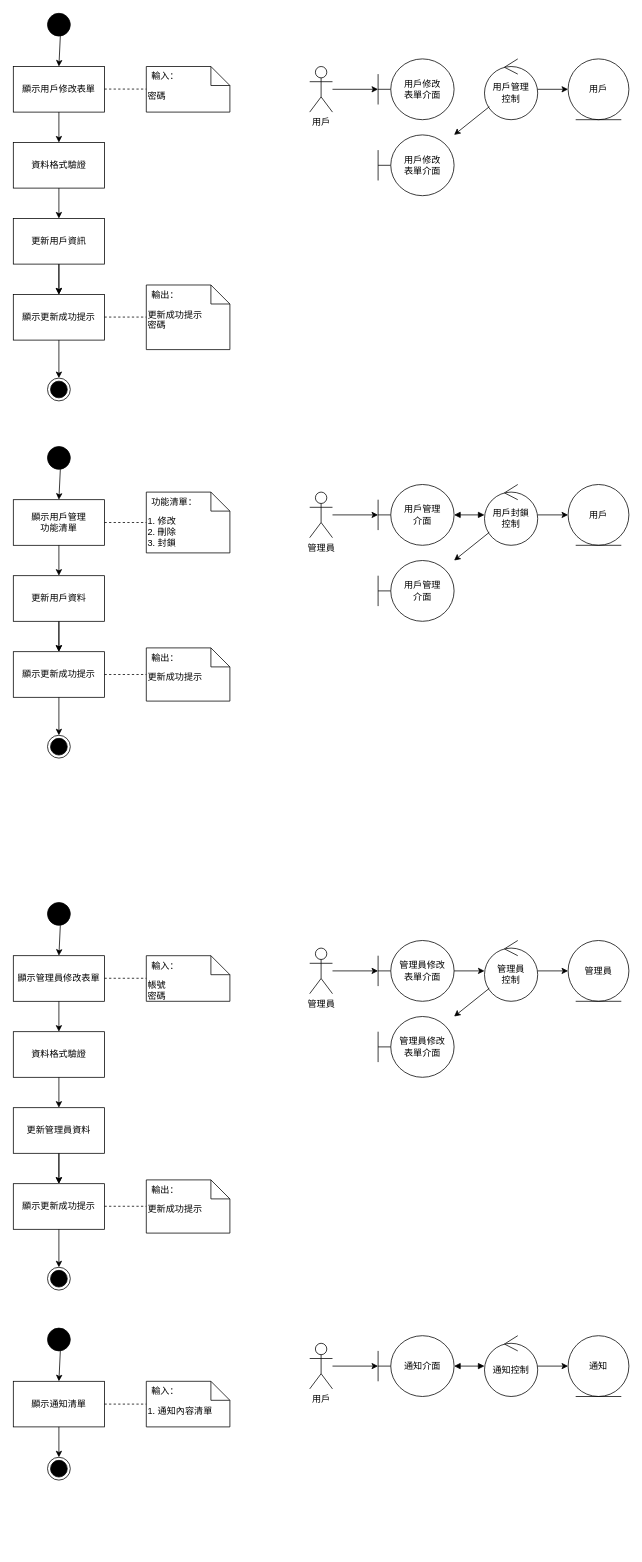
Earlier version of the draw.io diagram SA_final.drawio (Miinteaa/Miinteaa). Source tidied: cells renumbered, new cells numbered last; positions are measured from the earlier drawing's top-left corner, leaving out a move shared by most shapes. Both pictures are drawn from the tidied source at 76%, with x=0, y=0 at pixel (13, 13).
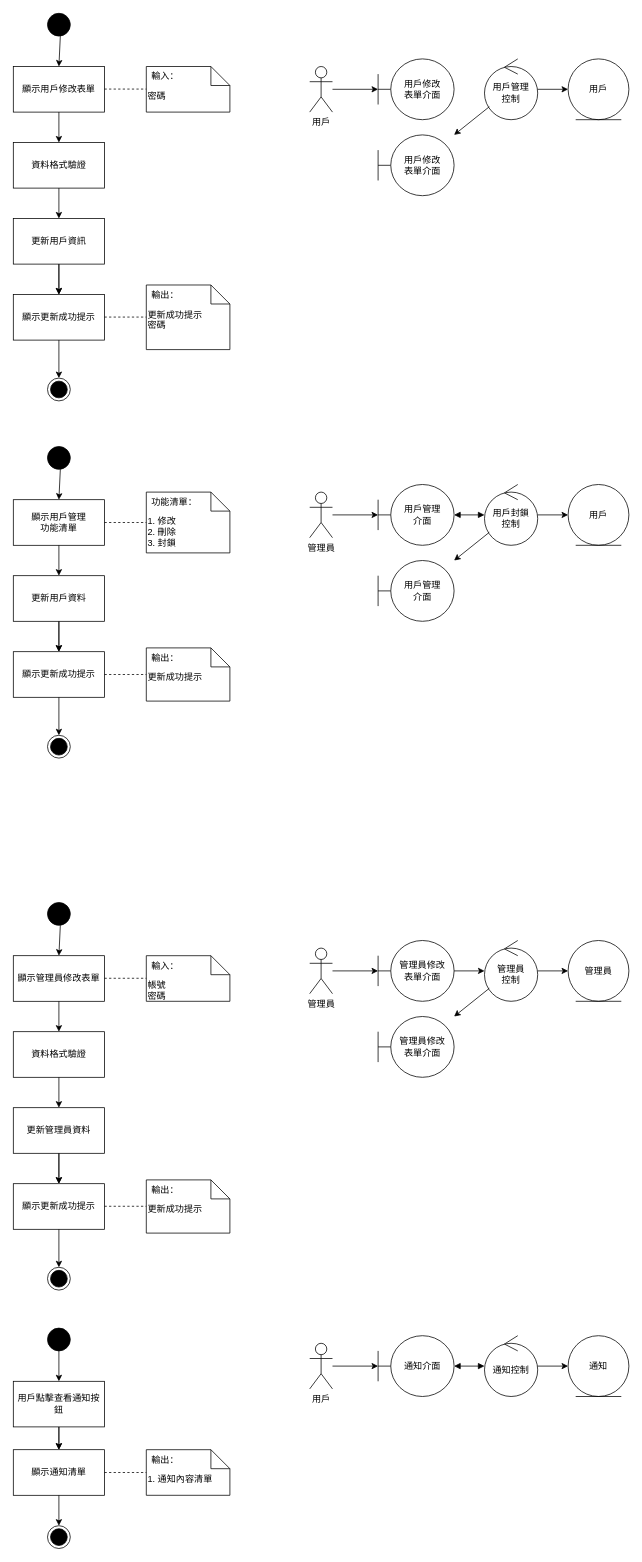
Above is the later version.

Unchanged cells that the change refers to:
```xml
<mxCell id="48" style="ellipse;fillColor=strokeColor;html=1;" parent="1" vertex="1">
  <mxGeometry x="45" y="1730" width="30" height="30" as="geometry" />
</mxCell>
```

The edit, as a diff of the source:
```diff
@@
-    <mxCell id="49" style="endArrow=classic;html=1;rounded=0;" parent="1" edge="1" source="48" target="50">
-      <mxGeometry relative="1" as="geometry" />
+    <mxCell id="49" style="endArrow=classic;html=1;rounded=0;" parent="1" edge="1" target="50">
+      <mxGeometry relative="1" as="geometry">
+        <mxPoint x="60" y="1850" as="sourcePoint" />
+      </mxGeometry>
     </mxCell>
     <mxCell id="50" value="顯示通知清單" style="rounded=0;whiteSpace=wrap;html=1;" parent="1" vertex="1">
-      <mxGeometry y="1800" width="120" height="60" as="geometry" />
+      <mxGeometry y="1890" width="120" height="60" as="geometry" />
     </mxCell>
     <mxCell id="51" style="endArrow=classic;html=1;rounded=0;" parent="1" edge="1" source="50">
       <mxGeometry relative="1" as="geometry">
-        <mxPoint x="60" y="1900" as="targetPoint" />
+        <mxPoint x="60" y="1990" as="targetPoint" />
       </mxGeometry>
     </mxCell>
     <mxCell id="52" style="ellipse;html=1;shape=endState;fillColor=strokeColor;" parent="1" vertex="1">
-      <mxGeometry x="45" y="1900" width="30" height="30" as="geometry" />
+      <mxGeometry x="45" y="1990" width="30" height="30" as="geometry" />
     </mxCell>
     <mxCell id="53" value="1. 通知內容清單&amp;nbsp;" style="shape=note2;boundedLbl=1;whiteSpace=wrap;html=1;size=25;verticalAlign=top;align=left;" parent="1" vertex="1">
-      <mxGeometry x="175" y="1800" width="110" height="60" as="geometry" />
+      <mxGeometry x="175" y="1890" width="110" height="60" as="geometry" />
     </mxCell>
-    <mxCell id="54" value="輸入：" style="strokeColor=none;fillColor=none;align=left;spacingLeft=5;" parent="53" vertex="1">
+    <mxCell id="54" value="輸出：" style="strokeColor=none;fillColor=none;align=left;spacingLeft=5;" parent="53" vertex="1">
       <mxGeometry width="110" height="25" relative="1" as="geometry" />
     </mxCell>
@@
+    <mxCell id="95" style="edgeStyle=orthogonalEdgeStyle;rounded=0;jettySize=auto;html=1;" parent="1" edge="1" source="96" target="50">
+      <mxGeometry relative="1" as="geometry">
+        <Array as="points">
+          <mxPoint x="60" y="1880" />
+          <mxPoint x="60" y="1880" />
+        </Array>
+      </mxGeometry>
+    </mxCell>
+    <mxCell id="96" value="用戶點擊查看通知按鈕" style="rounded=0;whiteSpace=wrap;html=1;" parent="1" vertex="1">
+      <mxGeometry y="1800" width="120" height="60" as="geometry" />
+    </mxCell>
+    <mxCell id="97" style="edgeStyle=orthogonalEdgeStyle;rounded=0;jettySize=auto;html=1;" parent="1" edge="1" source="48" target="96">
+      <mxGeometry relative="1" as="geometry" />
+    </mxCell>
```
